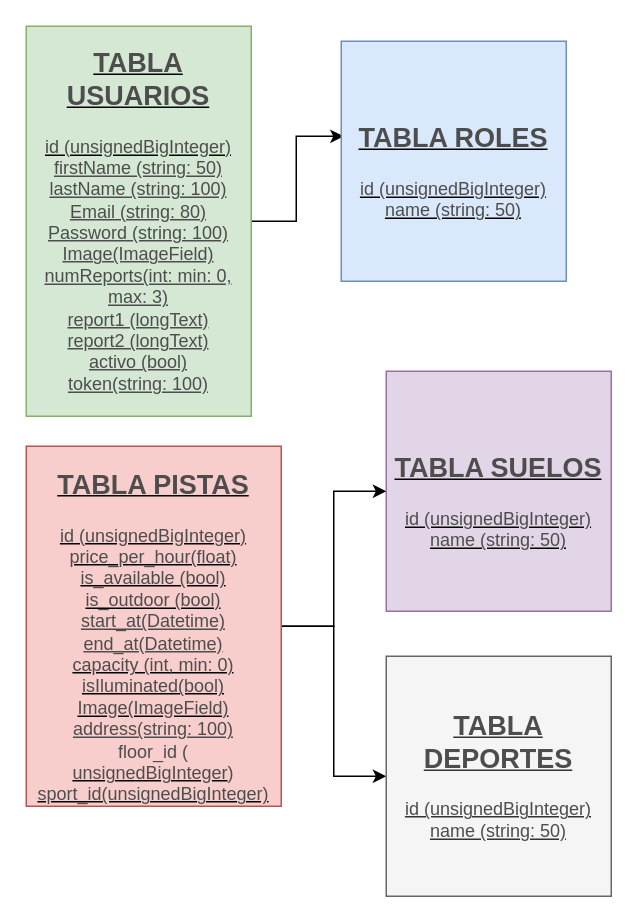
Earlier version of the draw.io diagram GestionPistas BBDD.drawio (jedahee/Laravel-Backend-Final-Project-Degree). Source tidied: cells renumbered, new cells numbered last; positions are measured from the earlier drawing's top-left corner, leaving out a move shared by most shapes. Both pictures are drawn from the tidied source at 150%, with x=0, y=0 at pixel (26, 26).
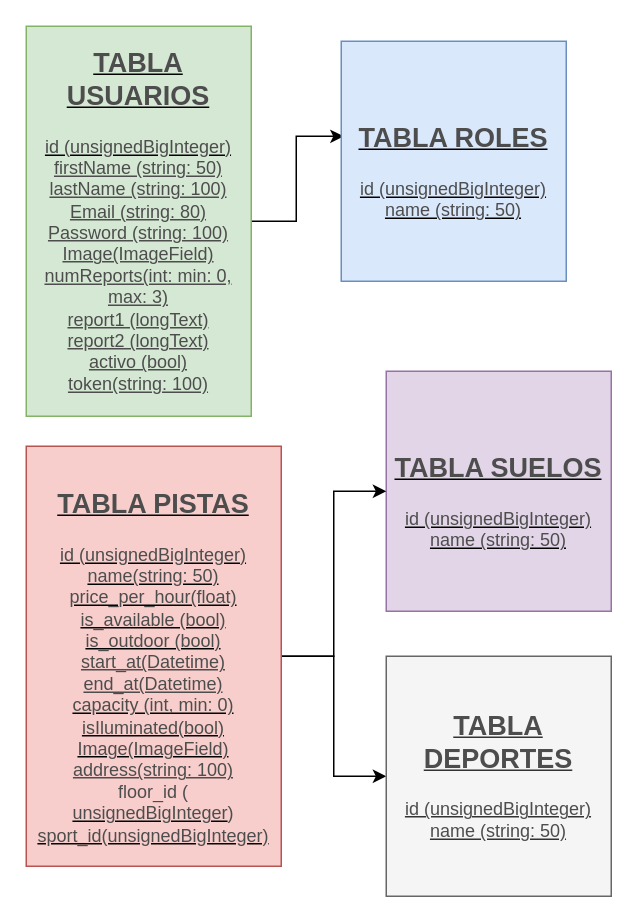
The same page after the edit.

Diff of the diagram source:
```diff
@@
 <mxGraphModel>
   <root>
     <mxCell id="0" />
     <mxCell id="1" parent="0" />
     <mxCell id="2" style="edgeStyle=orthogonalEdgeStyle;rounded=0;jettySize=auto;html=1;entryX=0.011;entryY=0.396;entryDx=0;entryDy=0;entryPerimeter=0;fontFamily=Helvetica;fontColor=#4D4D4D;" parent="1" edge="1" source="3" target="5">
       <mxGeometry relative="1" as="geometry" />
     </mxCell>
     <mxCell id="3" value="&lt;h2&gt;&lt;u&gt;&lt;font color=&quot;#4d4d4d&quot;&gt;TABLA USUARIOS&lt;/font&gt;&lt;/u&gt;&lt;/h2&gt;&lt;div&gt;&lt;u&gt;&lt;font color=&quot;#4d4d4d&quot;&gt;id (unsignedBigInteger)&lt;/font&gt;&lt;/u&gt;&lt;/div&gt;&lt;div&gt;&lt;font color=&quot;#4d4d4d&quot;&gt;&lt;u&gt;firstName (string: 50)&lt;/u&gt;&lt;/font&gt;&lt;/div&gt;&lt;div&gt;&lt;u style=&quot;color: rgb(77 , 77 , 77)&quot;&gt;lastName (string: 100)&lt;/u&gt;&lt;font color=&quot;#4d4d4d&quot;&gt;&lt;u&gt;&lt;br&gt;&lt;/u&gt;&lt;/font&gt;&lt;/div&gt;&lt;div&gt;&lt;u style=&quot;color: rgb(77 , 77 , 77)&quot;&gt;Email (string: 80)&lt;/u&gt;&lt;u style=&quot;color: rgb(77 , 77 , 77)&quot;&gt;&lt;br&gt;&lt;/u&gt;&lt;/div&gt;&lt;div&gt;&lt;u style=&quot;color: rgb(77 , 77 , 77)&quot;&gt;Password (string: 100)&lt;/u&gt;&lt;/div&gt;&lt;div&gt;&lt;u style=&quot;color: rgb(77 , 77 , 77)&quot;&gt;Image(ImageField)&lt;/u&gt;&lt;u style=&quot;color: rgb(77 , 77 , 77)&quot;&gt;&lt;br&gt;&lt;/u&gt;&lt;/div&gt;&lt;div&gt;&lt;u style=&quot;color: rgb(77 , 77 , 77)&quot;&gt;numReports(int: min: 0, max: 3)&lt;/u&gt;&lt;u style=&quot;color: rgb(77 , 77 , 77)&quot;&gt;&lt;br&gt;&lt;/u&gt;&lt;/div&gt;&lt;div&gt;&lt;u style=&quot;color: rgb(77 , 77 , 77)&quot;&gt;report1 (longText)&lt;/u&gt;&lt;u style=&quot;color: rgb(77 , 77 , 77)&quot;&gt;&lt;br&gt;&lt;/u&gt;&lt;/div&gt;&lt;div&gt;&lt;u style=&quot;color: rgb(77 , 77 , 77)&quot;&gt;report2 (longText)&lt;/u&gt;&lt;u style=&quot;color: rgb(77 , 77 , 77)&quot;&gt;&lt;br&gt;&lt;/u&gt;&lt;/div&gt;&lt;div&gt;&lt;u style=&quot;color: rgb(77 , 77 , 77)&quot;&gt;activo (bool)&lt;/u&gt;&lt;/div&gt;&lt;div&gt;&lt;u style=&quot;color: rgb(77 , 77 , 77)&quot;&gt;token(string: 100)&lt;/u&gt;&lt;/div&gt;&lt;div&gt;&lt;u style=&quot;color: rgb(77 , 77 , 77)&quot;&gt;&lt;br&gt;&lt;/u&gt;&lt;/div&gt;" style="rounded=0;whiteSpace=wrap;html=1;fillColor=#d5e8d4;strokeColor=#82b366;strokeWidth=1;perimeterSpacing=0;line-height:30px;" parent="1" vertex="1">
       <mxGeometry width="150" height="260" as="geometry" />
     </mxCell>
     <mxCell id="4" value="&lt;h2&gt;&lt;u&gt;&lt;font color=&quot;#4d4d4d&quot;&gt;TABLA SUELOS&lt;/font&gt;&lt;/u&gt;&lt;/h2&gt;&lt;div&gt;&lt;div&gt;&lt;u&gt;&lt;font color=&quot;#4d4d4d&quot;&gt;id (unsignedBigInteger)&lt;/font&gt;&lt;/u&gt;&lt;/div&gt;&lt;/div&gt;&lt;div&gt;&lt;u&gt;&lt;font color=&quot;#4d4d4d&quot;&gt;name (string: 50)&lt;/font&gt;&lt;/u&gt;&lt;u&gt;&lt;font color=&quot;#4d4d4d&quot;&gt;&lt;br&gt;&lt;/font&gt;&lt;/u&gt;&lt;/div&gt;" style="rounded=0;whiteSpace=wrap;html=1;fillColor=#e1d5e7;strokeColor=#9673a6;" parent="1" vertex="1">
       <mxGeometry x="240" y="230" width="150" height="160" as="geometry" />
     </mxCell>
     <mxCell id="5" value="&lt;h2&gt;&lt;u&gt;&lt;font color=&quot;#4d4d4d&quot;&gt;TABLA ROLES&lt;/font&gt;&lt;/u&gt;&lt;/h2&gt;&lt;div&gt;&lt;div&gt;&lt;u&gt;&lt;font color=&quot;#4d4d4d&quot;&gt;id (unsignedBigInteger)&lt;/font&gt;&lt;/u&gt;&lt;/div&gt;&lt;/div&gt;&lt;div&gt;&lt;u&gt;&lt;font color=&quot;#4d4d4d&quot;&gt;name (string: 50)&lt;/font&gt;&lt;/u&gt;&lt;/div&gt;" style="rounded=0;whiteSpace=wrap;html=1;fillColor=#dae8fc;strokeColor=#6c8ebf;" parent="1" vertex="1">
       <mxGeometry x="210" y="10" width="150" height="160" as="geometry" />
     </mxCell>
     <mxCell id="6" style="edgeStyle=orthogonalEdgeStyle;rounded=0;jettySize=auto;html=1;fontFamily=Helvetica;fontColor=#4D4D4D;" parent="1" edge="1" source="8" target="4">
       <mxGeometry relative="1" as="geometry" />
     </mxCell>
     <mxCell id="7" style="edgeStyle=orthogonalEdgeStyle;rounded=0;jettySize=auto;html=1;fontFamily=Helvetica;fontColor=#4D4D4D;" parent="1" edge="1" source="8" target="9">
       <mxGeometry relative="1" as="geometry" />
     </mxCell>
-    <mxCell id="8" value="&lt;h2&gt;&lt;u&gt;&lt;font color=&quot;#4d4d4d&quot;&gt;TABLA PISTAS&lt;/font&gt;&lt;/u&gt;&lt;/h2&gt;&lt;div&gt;&lt;div&gt;&lt;u&gt;&lt;font color=&quot;#4d4d4d&quot;&gt;id (unsignedBigInteger)&lt;/font&gt;&lt;/u&gt;&lt;/div&gt;&lt;/div&gt;&lt;div&gt;&lt;u&gt;&lt;font color=&quot;#4d4d4d&quot;&gt;price_per_hour(float)&lt;/font&gt;&lt;/u&gt;&lt;/div&gt;&lt;div&gt;&lt;u&gt;&lt;font color=&quot;#4d4d4d&quot;&gt;is_available (bool)&lt;/font&gt;&lt;/u&gt;&lt;/div&gt;&lt;div&gt;&lt;u&gt;&lt;font color=&quot;#4d4d4d&quot;&gt;is_outdoor (bool)&lt;/font&gt;&lt;/u&gt;&lt;/div&gt;&lt;div&gt;&lt;font color=&quot;#4d4d4d&quot;&gt;&lt;u&gt;start_at(Datetime)&lt;/u&gt;&lt;/font&gt;&lt;/div&gt;&lt;div&gt;&lt;u style=&quot;color: rgb(77 , 77 , 77)&quot;&gt;end_at(Datetime)&lt;/u&gt;&lt;font color=&quot;#4d4d4d&quot;&gt;&lt;u&gt;&lt;br&gt;&lt;/u&gt;&lt;/font&gt;&lt;/div&gt;&lt;div&gt;&lt;u&gt;&lt;font color=&quot;#4d4d4d&quot;&gt;capacity (int, min: 0)&lt;/font&gt;&lt;/u&gt;&lt;/div&gt;&lt;div&gt;&lt;u&gt;&lt;font color=&quot;#4d4d4d&quot;&gt;isIluminated(bool)&lt;/font&gt;&lt;/u&gt;&lt;/div&gt;&lt;div&gt;&lt;u&gt;&lt;font color=&quot;#4d4d4d&quot;&gt;Image(ImageField)&lt;/font&gt;&lt;/u&gt;&lt;/div&gt;&lt;div&gt;&lt;font color=&quot;#4d4d4d&quot;&gt;&lt;u&gt;address(string: 100)&lt;/u&gt;&lt;/font&gt;&lt;/div&gt;&lt;div&gt;&lt;font color=&quot;#4d4d4d&quot;&gt;floor_id (&lt;/font&gt;&lt;/div&gt;&lt;u&gt;&lt;font color=&quot;#4d4d4d&quot;&gt;unsignedBigInteger&lt;/font&gt;&lt;/u&gt;&lt;span style=&quot;color: rgb(77 , 77 , 77)&quot;&gt;)&lt;br&gt;&lt;/span&gt;&lt;u&gt;&lt;font color=&quot;#4d4d4d&quot;&gt;sport_id(unsignedBigInteger)&lt;br&gt;&lt;/font&gt;&lt;/u&gt;" style="rounded=0;whiteSpace=wrap;html=1;fillColor=#f8cecc;strokeColor=#b85450;" parent="1" vertex="1">
-      <mxGeometry y="280" width="170" height="240" as="geometry" />
+    <mxCell id="8" value="&lt;h2&gt;&lt;u&gt;&lt;font color=&quot;#4d4d4d&quot;&gt;TABLA PISTAS&lt;/font&gt;&lt;/u&gt;&lt;/h2&gt;&lt;div&gt;&lt;div&gt;&lt;u&gt;&lt;font color=&quot;#4d4d4d&quot;&gt;id (unsignedBigInteger)&lt;/font&gt;&lt;/u&gt;&lt;/div&gt;&lt;/div&gt;&lt;div&gt;&lt;u&gt;&lt;font color=&quot;#4d4d4d&quot;&gt;name(string: 50)&lt;/font&gt;&lt;/u&gt;&lt;/div&gt;&lt;div&gt;&lt;u&gt;&lt;font color=&quot;#4d4d4d&quot;&gt;price_per_hour(float)&lt;/font&gt;&lt;/u&gt;&lt;/div&gt;&lt;div&gt;&lt;u&gt;&lt;font color=&quot;#4d4d4d&quot;&gt;is_available (bool)&lt;/font&gt;&lt;/u&gt;&lt;/div&gt;&lt;div&gt;&lt;u&gt;&lt;font color=&quot;#4d4d4d&quot;&gt;is_outdoor (bool)&lt;/font&gt;&lt;/u&gt;&lt;/div&gt;&lt;div&gt;&lt;font color=&quot;#4d4d4d&quot;&gt;&lt;u&gt;start_at(Datetime)&lt;/u&gt;&lt;/font&gt;&lt;/div&gt;&lt;div&gt;&lt;u style=&quot;color: rgb(77 , 77 , 77)&quot;&gt;end_at(Datetime)&lt;/u&gt;&lt;font color=&quot;#4d4d4d&quot;&gt;&lt;u&gt;&lt;br&gt;&lt;/u&gt;&lt;/font&gt;&lt;/div&gt;&lt;div&gt;&lt;u&gt;&lt;font color=&quot;#4d4d4d&quot;&gt;capacity (int, min: 0)&lt;/font&gt;&lt;/u&gt;&lt;/div&gt;&lt;div&gt;&lt;u&gt;&lt;font color=&quot;#4d4d4d&quot;&gt;isIluminated(bool)&lt;/font&gt;&lt;/u&gt;&lt;/div&gt;&lt;div&gt;&lt;u&gt;&lt;font color=&quot;#4d4d4d&quot;&gt;Image(ImageField)&lt;/font&gt;&lt;/u&gt;&lt;/div&gt;&lt;div&gt;&lt;font color=&quot;#4d4d4d&quot;&gt;&lt;u&gt;address(string: 100)&lt;/u&gt;&lt;/font&gt;&lt;/div&gt;&lt;div&gt;&lt;font color=&quot;#4d4d4d&quot;&gt;floor_id (&lt;/font&gt;&lt;/div&gt;&lt;u&gt;&lt;font color=&quot;#4d4d4d&quot;&gt;unsignedBigInteger&lt;/font&gt;&lt;/u&gt;&lt;span style=&quot;color: rgb(77 , 77 , 77)&quot;&gt;)&lt;br&gt;&lt;/span&gt;&lt;u&gt;&lt;font color=&quot;#4d4d4d&quot;&gt;sport_id(unsignedBigInteger)&lt;br&gt;&lt;/font&gt;&lt;/u&gt;" style="rounded=0;whiteSpace=wrap;html=1;fillColor=#f8cecc;strokeColor=#b85450;" parent="1" vertex="1">
+      <mxGeometry y="280" width="170" height="280" as="geometry" />
     </mxCell>
     <mxCell id="9" value="&lt;h2&gt;&lt;u&gt;&lt;font color=&quot;#4d4d4d&quot;&gt;TABLA DEPORTES&lt;/font&gt;&lt;/u&gt;&lt;/h2&gt;&lt;div&gt;&lt;div&gt;&lt;u&gt;&lt;font color=&quot;#4d4d4d&quot;&gt;id (unsignedBigInteger)&lt;/font&gt;&lt;/u&gt;&lt;/div&gt;&lt;/div&gt;&lt;div&gt;&lt;u&gt;&lt;font color=&quot;#4d4d4d&quot;&gt;name (string: 50)&lt;/font&gt;&lt;/u&gt;&lt;/div&gt;&lt;div&gt;&lt;u&gt;&lt;font color=&quot;#4d4d4d&quot;&gt;&lt;br&gt;&lt;/font&gt;&lt;/u&gt;&lt;/div&gt;" style="rounded=0;whiteSpace=wrap;html=1;fillColor=#f5f5f5;strokeColor=#666666;fontColor=#333333;" parent="1" vertex="1">
       <mxGeometry x="240" y="420" width="150" height="160" as="geometry" />
     </mxCell>
   </root>
 </mxGraphModel>
```
